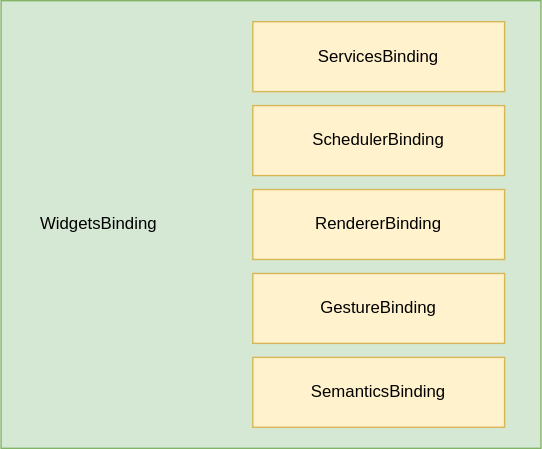
This is flutter-binding-overview.svg from Ryan-Hu/DOC, a draw.io export, as it was before one commit. Source tidied: cells renumbered, new cells last; positions are measured from the earlier drawing's top-left corner, leaving out a move shared by most shapes.
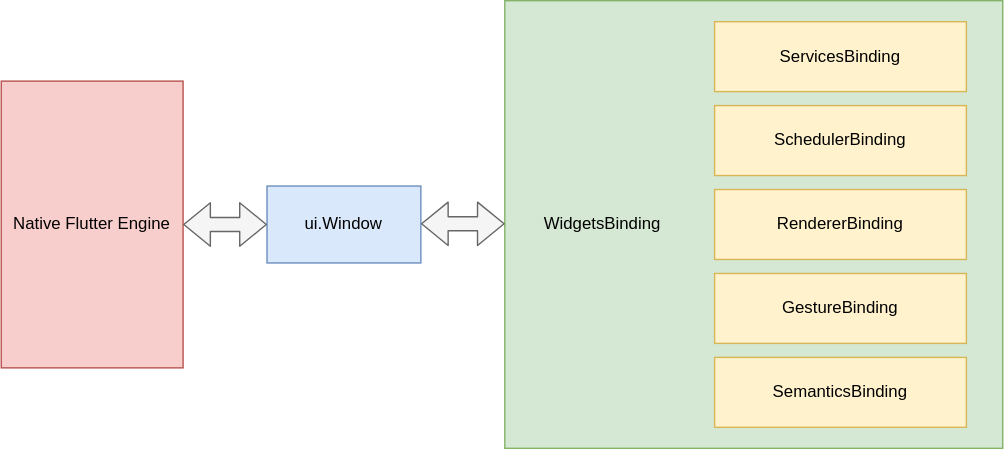
The same file after the commit.

The edit, as a diff of the source:
```diff
@@ -3,7 +3,7 @@
     <mxCell id="0" />
     <mxCell id="1" parent="0" />
     <mxCell id="2" style="rounded=0;whiteSpace=wrap;html=1;fillColor=#d5e8d4;strokeColor=#82b366;" parent="1" vertex="1">
-      <mxGeometry width="386" height="320" as="geometry" />
+      <mxGeometry x="30" width="356" height="320" as="geometry" />
     </mxCell>
     <mxCell id="3" value="ServicesBinding" style="rounded=0;whiteSpace=wrap;html=1;fillColor=#fff2cc;strokeColor=#d6b656;" parent="1" vertex="1">
       <mxGeometry x="180" y="15" width="180" height="50" as="geometry" />
@@ -21,7 +21,24 @@
       <mxGeometry x="180" y="255" width="180" height="50" as="geometry" />
     </mxCell>
     <mxCell id="8" value="WidgetsBinding" style="text;html=1;strokeColor=none;fillColor=none;align=center;verticalAlign=middle;whiteSpace=wrap;rounded=0;" parent="1" vertex="1">
-      <mxGeometry x="20" y="150" width="100" height="20" as="geometry" />
+      <mxGeometry x="50" y="150" width="100" height="20" as="geometry" />
     </mxCell>
+    <mxCell id="9" value="ui.Window" style="rounded=0;whiteSpace=wrap;html=1;fillColor=#dae8fc;strokeColor=#6c8ebf;" parent="1" vertex="1">
+      <mxGeometry x="-140" y="132.5" width="110" height="55" as="geometry" />
+    </mxCell>
+    <mxCell id="10" value="Native Flutter Engine" style="rounded=0;whiteSpace=wrap;html=1;fillColor=#f8cecc;strokeColor=#b85450;" parent="1" vertex="1">
+      <mxGeometry x="-330" y="57.5" width="130" height="205" as="geometry" />
+    </mxCell>
+    <mxCell id="11" style="shape=flexArrow;endArrow=classic;startArrow=classic;html=1;fillColor=#f5f5f5;strokeColor=#666666;" parent="1" edge="1" source="10">
+      <mxGeometry relative="1" as="geometry">
+        <mxPoint x="-140" y="160" as="targetPoint" />
+      </mxGeometry>
+    </mxCell>
+    <mxCell id="12" style="shape=flexArrow;endArrow=classic;startArrow=classic;html=1;fillColor=#f5f5f5;strokeColor=#666666;" parent="1" edge="1">
+      <mxGeometry relative="1" as="geometry">
+        <mxPoint x="-30" y="159.5" as="sourcePoint" />
+        <mxPoint x="30" y="159.5" as="targetPoint" />
+      </mxGeometry>
+    </mxCell>
   </root>
 </mxGraphModel>
```
